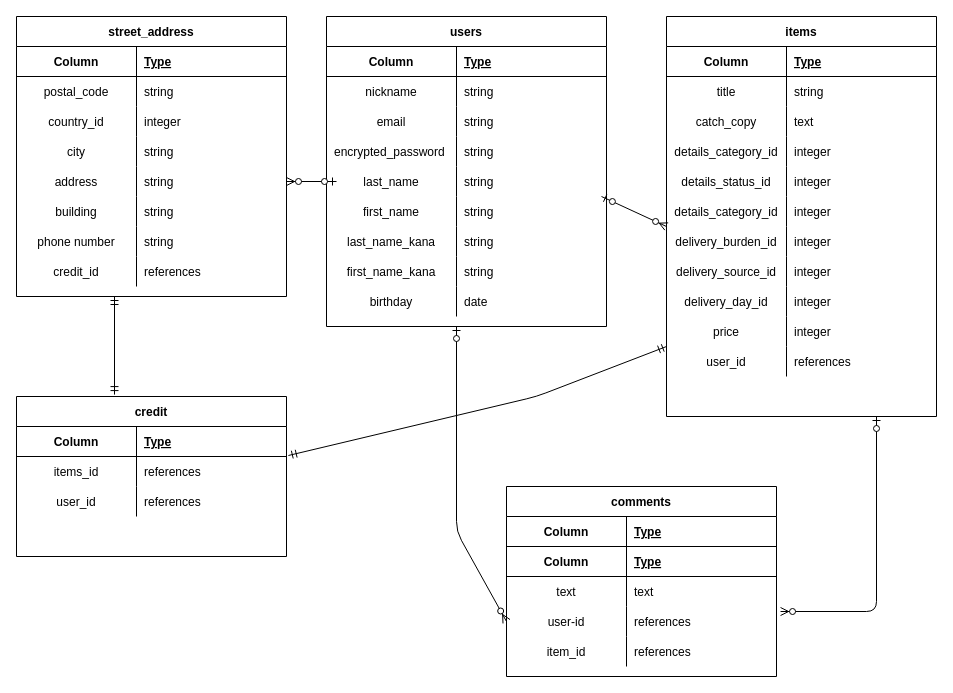
tatina555/furima-31663 keeps this draw.io diagram as .dio. Above is the earlier version. Source tidied: cells renumbered, new cells numbered last; positions are measured from the earlier drawing's top-left corner, leaving out a move shared by most shapes. Both pictures are drawn from the tidied source at 100%, with x=0, y=0 at pixel (16, 16).
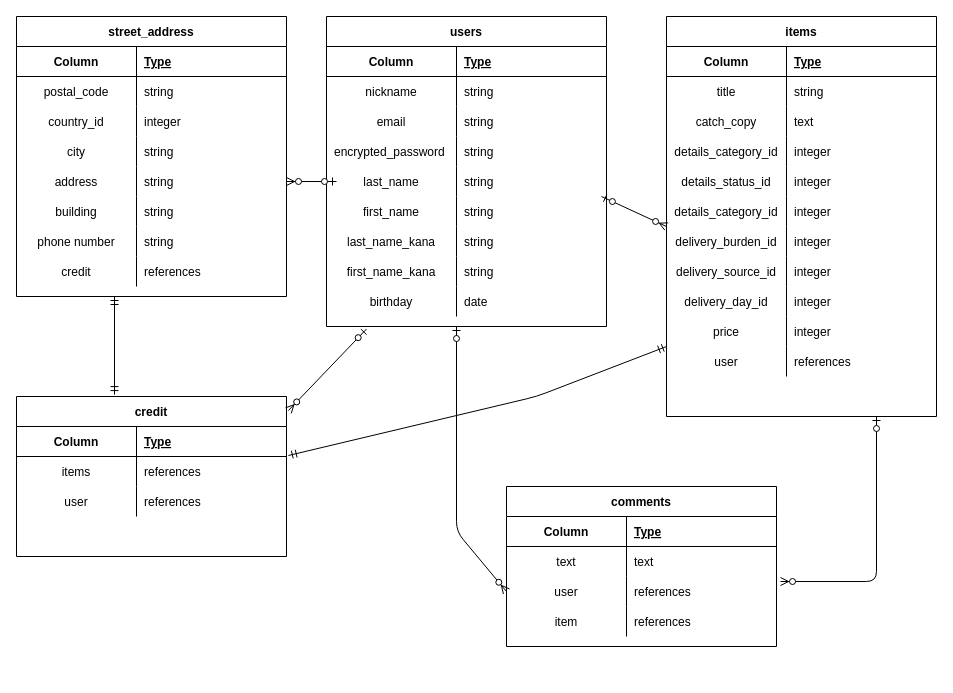
The same diagram, later.

Commit message (it also covers changes not shown here):
ER図単数複数修正

The change refers to these unchanged cells:
```xml
<mxCell id="52" style="shape=partialRectangle;fillColor=none;top=0;left=0;bottom=0;right=0;" parent="30" vertex="1">
  <mxGeometry y="240" width="270" height="30" as="geometry" />
</mxCell>
<mxCell id="86" style="shape=partialRectangle;fillColor=none;top=0;left=0;bottom=0;right=0;" parent="55" vertex="1">
  <mxGeometry y="330" width="270" height="30" as="geometry" />
</mxCell>
<mxCell id="89" value="credit" style="shape=table;startSize=30;childLayout=tableLayout;rowLines=0;fontStyle=1;align=center;" parent="1" vertex="1">
  <mxGeometry y="380" width="270" height="160" as="geometry" />
</mxCell>
<mxCell id="93" style="shape=partialRectangle;fillColor=none;top=0;left=0;bottom=0;right=0;points=[[0,0.5],[1,0.5]];portConstraint=eastwest;" parent="89" vertex="1">
  <mxGeometry y="60" width="270" height="30" as="geometry" />
</mxCell>
<mxCell id="96" style="shape=partialRectangle;fillColor=none;top=0;left=0;bottom=0;right=0;" parent="89" vertex="1">
  <mxGeometry y="90" width="270" height="30" as="geometry" />
</mxCell>
```

What changed in the source:
```diff
@@
-    <mxCell id="53" value="credit_id" style="shape=partialRectangle;fillColor=none;top=0;left=0;bottom=0;right=0;overflow=hidden;" parent="52" vertex="1">
+    <mxCell id="53" value="credit" style="shape=partialRectangle;fillColor=none;top=0;left=0;bottom=0;right=0;overflow=hidden;" parent="52" vertex="1">
       <mxGeometry width="120" height="30" as="geometry" />
     </mxCell>
@@
-    <mxCell id="87" value="user_id " style="shape=partialRectangle;fillColor=none;top=0;left=0;bottom=0;right=0;overflow=hidden;" parent="86" vertex="1">
+    <mxCell id="87" value="user" style="shape=partialRectangle;fillColor=none;top=0;left=0;bottom=0;right=0;overflow=hidden;" parent="86" vertex="1">
       <mxGeometry width="120" height="30" as="geometry" />
     </mxCell>
@@
-    <mxCell id="94" value="items_id" style="shape=partialRectangle;fillColor=none;top=0;left=0;bottom=0;right=0;overflow=hidden;" parent="93" vertex="1">
+    <mxCell id="94" value="items" style="shape=partialRectangle;fillColor=none;top=0;left=0;bottom=0;right=0;overflow=hidden;" parent="93" vertex="1">
       <mxGeometry width="120" height="30" as="geometry" />
     </mxCell>
@@
-    <mxCell id="97" value="user_id" style="shape=partialRectangle;fillColor=none;top=0;left=0;bottom=0;right=0;overflow=hidden;" parent="96" vertex="1">
+    <mxCell id="97" value="user" style="shape=partialRectangle;fillColor=none;top=0;left=0;bottom=0;right=0;overflow=hidden;" parent="96" vertex="1">
       <mxGeometry width="120" height="30" as="geometry" />
     </mxCell>
@@
     <mxCell id="102" style="fontSize=12;html=1;endArrow=ERzeroToMany;startArrow=ERzeroToOne;entryX=1.015;entryY=0.167;entryDx=0;entryDy=0;entryPerimeter=0;" parent="1" edge="1" target="114">
       <mxGeometry relative="1" as="geometry">
         <mxPoint x="860" y="400" as="sourcePoint" />
         <Array as="points">
-          <mxPoint x="860" y="595" />
+          <mxPoint x="860" y="565" />
         </Array>
       </mxGeometry>
     </mxCell>
@@
     <mxCell id="104" value="comments" style="shape=table;startSize=30;childLayout=tableLayout;rowLines=0;fontStyle=1;align=center;" parent="1" vertex="1">
-      <mxGeometry x="490" y="470" width="270" height="190" as="geometry" />
+      <mxGeometry x="490" y="470" width="270" height="160" as="geometry" />
     </mxCell>
@@
-    <mxCell id="108" style="shape=partialRectangle;fillColor=none;top=0;left=0;bottom=1;right=0;" parent="104" vertex="1">
-      <mxGeometry y="60" width="270" height="30" as="geometry" />
-    </mxCell>
-    <mxCell id="109" value="Column" style="shape=partialRectangle;fillColor=none;top=0;left=0;bottom=0;right=0;fontStyle=1;overflow=hidden;" parent="108" vertex="1">
-      <mxGeometry width="120" height="30" as="geometry" />
-    </mxCell>
-    <mxCell id="110" value="Type" style="shape=partialRectangle;fillColor=none;top=0;left=0;bottom=0;right=0;align=left;spacingLeft=6;fontStyle=5;overflow=hidden;" parent="108" vertex="1">
-      <mxGeometry x="120" width="150" height="30" as="geometry" />
-    </mxCell>
     <mxCell id="111" style="shape=partialRectangle;fillColor=none;top=0;left=0;bottom=0;right=0;" parent="104" vertex="1">
-      <mxGeometry y="90" width="270" height="30" as="geometry" />
+      <mxGeometry y="60" width="270" height="30" as="geometry" />
     </mxCell>
@@
     <mxCell id="114" style="shape=partialRectangle;fillColor=none;top=0;left=0;bottom=0;right=0;points=[[0,0.5],[1,0.5]];portConstraint=eastwest;" parent="104" vertex="1">
-      <mxGeometry y="120" width="270" height="30" as="geometry" />
+      <mxGeometry y="90" width="270" height="30" as="geometry" />
     </mxCell>
-    <mxCell id="115" value="user-id" style="shape=partialRectangle;fillColor=none;top=0;left=0;bottom=0;right=0;overflow=hidden;" parent="114" vertex="1">
+    <mxCell id="115" value="user" style="shape=partialRectangle;fillColor=none;top=0;left=0;bottom=0;right=0;overflow=hidden;" parent="114" vertex="1">
       <mxGeometry width="120" height="30" as="geometry" />
     </mxCell>
@@
     <mxCell id="117" style="shape=partialRectangle;fillColor=none;top=0;left=0;bottom=0;right=0;" parent="104" vertex="1">
-      <mxGeometry y="150" width="270" height="30" as="geometry" />
+      <mxGeometry y="120" width="270" height="30" as="geometry" />
     </mxCell>
-    <mxCell id="118" value="item_id" style="shape=partialRectangle;fillColor=none;top=0;left=0;bottom=0;right=0;overflow=hidden;" parent="117" vertex="1">
+    <mxCell id="118" value="item" style="shape=partialRectangle;fillColor=none;top=0;left=0;bottom=0;right=0;overflow=hidden;" parent="117" vertex="1">
       <mxGeometry width="120" height="30" as="geometry" />
     </mxCell>
@@
+    <mxCell id="121" style="fontSize=12;html=1;endArrow=ERzeroToMany;startArrow=ERzeroToOne;entryX=1.007;entryY=0.088;entryDx=0;entryDy=0;entryPerimeter=0;" parent="1" edge="1" target="89">
+      <mxGeometry relative="1" as="geometry">
+        <mxPoint x="350" y="312.5" as="sourcePoint" />
+      </mxGeometry>
+    </mxCell>
```
